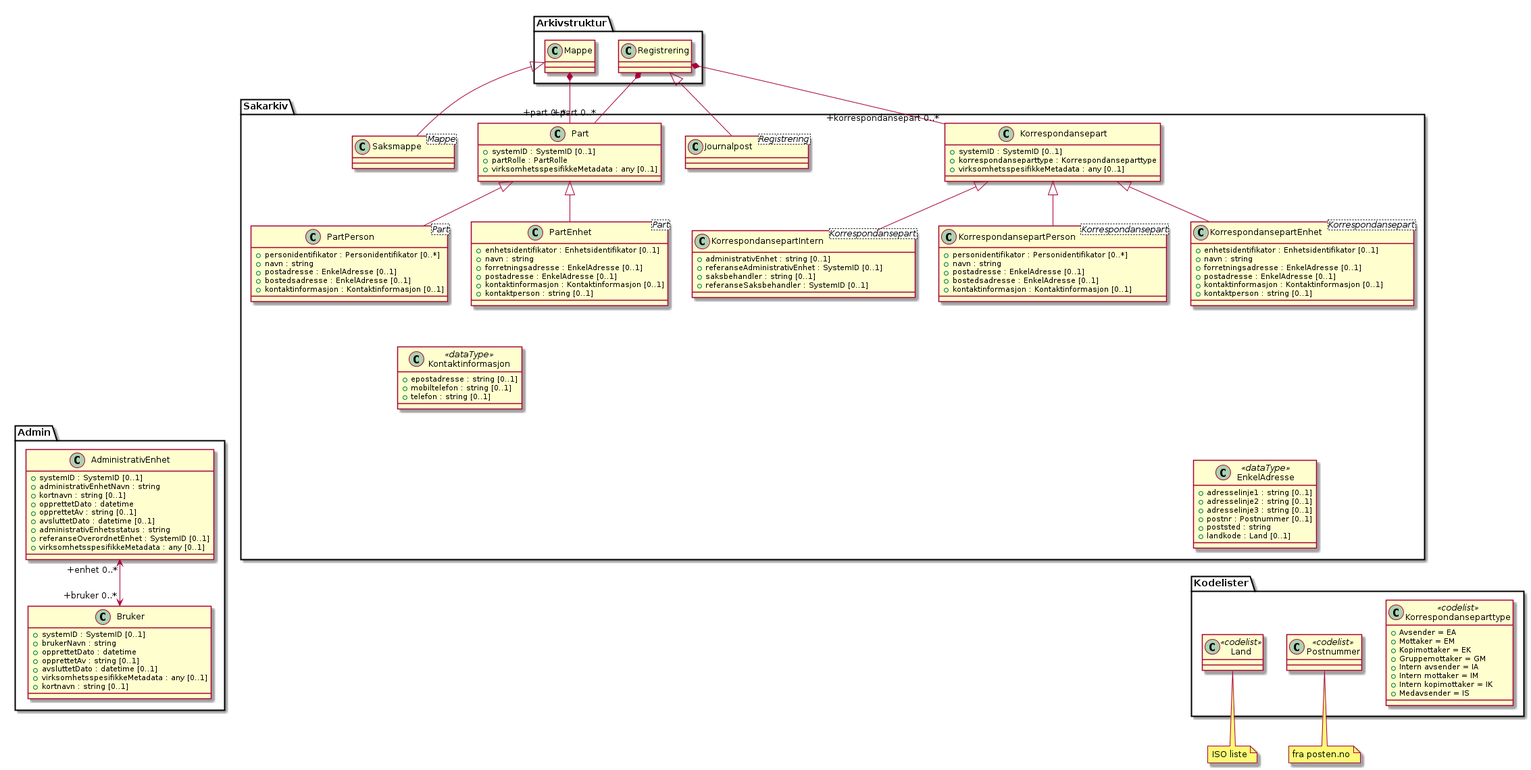
The PlantUML diagram kapitler/media/uml-klasse-person-og-organisasjonsdata.png in arkivverket/noark5-tjenestegrensesnitt-standard, before a commit.
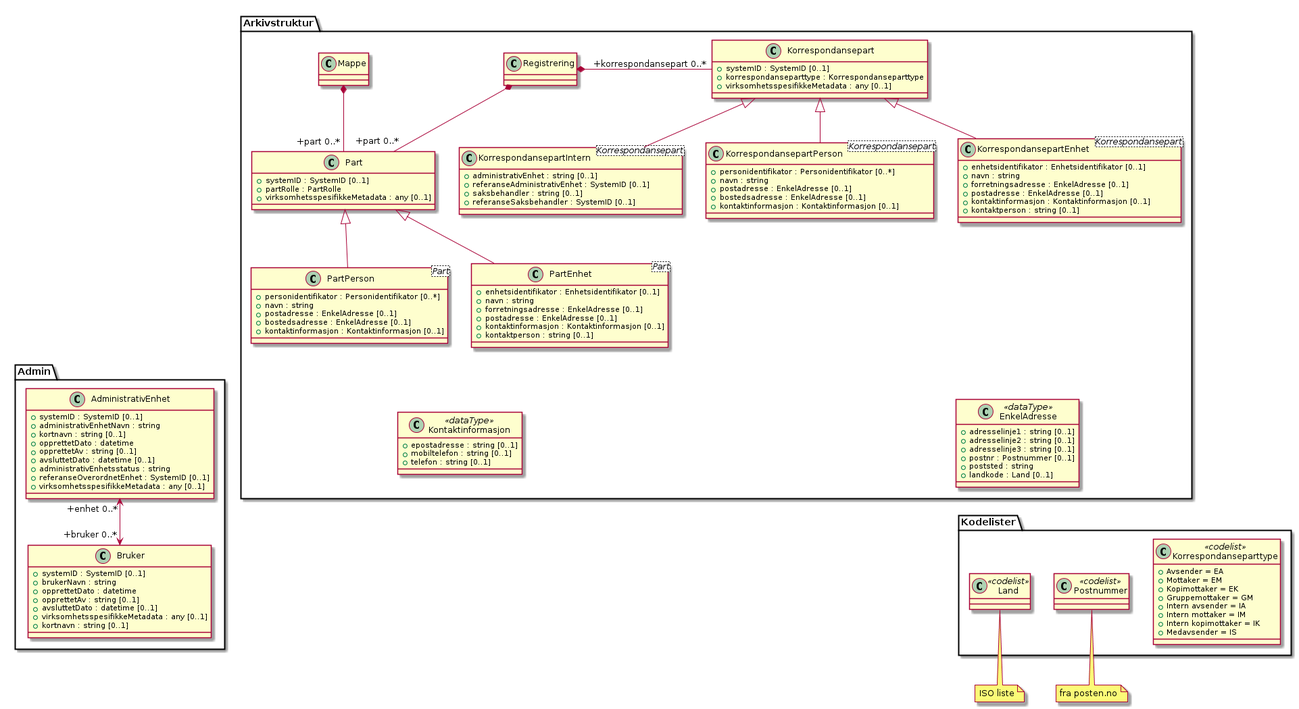
After the change.

What changed in the source:
```diff
@@ -10,25 +10,25 @@
   +Intern kopimottaker = IK
   +Medavsender = IS
 }
-class Sakarkiv.Korrespondansepart {
+class Arkivstruktur.Korrespondansepart {
   +systemID : SystemID [0..1]
   +korrespondanseparttype : Korrespondanseparttype
   +virksomhetsspesifikkeMetadata : any [0..1]
 }
-class Sakarkiv.KorrespondansepartIntern <Korrespondansepart> {
+class Arkivstruktur.KorrespondansepartIntern <Korrespondansepart> {
   +administrativEnhet : string [0..1]
   +referanseAdministrativEnhet : SystemID [0..1]
   +saksbehandler : string [0..1]
   +referanseSaksbehandler : SystemID [0..1]
 }
-class Sakarkiv.KorrespondansepartPerson <Korrespondansepart> {
+class Arkivstruktur.KorrespondansepartPerson <Korrespondansepart> {
   +personidentifikator : Personidentifikator [0..*]
   +navn : string
   +postadresse : EnkelAdresse [0..1]
   +bostedsadresse : EnkelAdresse [0..1]
   +kontaktinformasjon : Kontaktinformasjon [0..1]
 }
-class Sakarkiv.KorrespondansepartEnhet <Korrespondansepart> {
+class Arkivstruktur.KorrespondansepartEnhet <Korrespondansepart> {
   +enhetsidentifikator : Enhetsidentifikator [0..1]
   +navn : string
   +forretningsadresse : EnkelAdresse [0..1]
@@ -37,20 +37,20 @@
   +kontaktperson : string [0..1]
 }
 
-Arkivstruktur.Registrering *- "+korrespondansepart 0..*" Sakarkiv.Korrespondansepart
-Arkivstruktur.Registrering *-- "+part 0..*" Sakarkiv.Part
-Sakarkiv.Korrespondansepart <-[hidden]- Kodelister.Korrespondanseparttype
-Sakarkiv.Korrespondansepart <|-- Sakarkiv.KorrespondansepartPerson
-Sakarkiv.Korrespondansepart <|-- Sakarkiv.KorrespondansepartEnhet
-Sakarkiv.Korrespondansepart <|-- Sakarkiv.KorrespondansepartIntern
+Arkivstruktur.Registrering *- "+korrespondansepart 0..*" Arkivstruktur.Korrespondansepart
+Arkivstruktur.Registrering *-- "+part 0..*" Arkivstruktur.Part
+Arkivstruktur.Korrespondansepart <-[hidden]- Kodelister.Korrespondanseparttype
+Arkivstruktur.Korrespondansepart <|-- Arkivstruktur.KorrespondansepartPerson
+Arkivstruktur.Korrespondansepart <|-- Arkivstruktur.KorrespondansepartEnhet
+Arkivstruktur.Korrespondansepart <|-- Arkivstruktur.KorrespondansepartIntern
 
 note "ISO liste" as isoliste
 note "fra posten.no" as fraposten
 class Kodelister.Land <<codelist>>
 class Kodelister.Postnummer <<codelist>>
-Sakarkiv.EnkelAdresse <-[hidden]- Kodelister.Land
+Arkivstruktur.EnkelAdresse <-[hidden]- Kodelister.Land
 Kodelister.Land .. isoliste
-Sakarkiv.EnkelAdresse <-[hidden]- Kodelister.Postnummer
+Arkivstruktur.EnkelAdresse <-[hidden]- Kodelister.Postnummer
 Kodelister.Postnummer .. fraposten
 
 class Admin.AdministrativEnhet {
@@ -74,10 +74,10 @@
   +kortnavn : string [0..1]
 }
 
-Sakarkiv.KorrespondansepartIntern <-[hidden]-- Admin.AdministrativEnhet
+Arkivstruktur.KorrespondansepartIntern <-[hidden]-- Admin.AdministrativEnhet
 Admin.AdministrativEnhet "+enhet 0..*" <--> "+bruker 0..*" Admin.Bruker
 
-class Sakarkiv.EnkelAdresse <<dataType>> {
+class Arkivstruktur.EnkelAdresse <<dataType>> {
   +adresselinje1 : string [0..1]
   +adresselinje2 : string [0..1]
   +adresselinje3 : string [0..1]
@@ -86,27 +86,27 @@
   +landkode : Land [0..1]
 }
 
-Sakarkiv.KorrespondansepartPerson <-[hidden]-- Sakarkiv.EnkelAdresse
-Sakarkiv.KorrespondansepartEnhet <-[hidden]-- Sakarkiv.EnkelAdresse
+Arkivstruktur.KorrespondansepartPerson <-[hidden]-- Arkivstruktur.EnkelAdresse
+Arkivstruktur.KorrespondansepartEnhet <-[hidden]-- Arkivstruktur.EnkelAdresse
 
-class Sakarkiv.Kontaktinformasjon <<dataType>> {
+class Arkivstruktur.Kontaktinformasjon <<dataType>> {
   +epostadresse : string [0..1]
   +mobiltelefon : string [0..1]
   +telefon : string [0..1]
 }
-class Sakarkiv.Part {
+class Arkivstruktur.Part {
   +systemID : SystemID [0..1]
   +partRolle : PartRolle
   +virksomhetsspesifikkeMetadata : any [0..1]
 }
-class Sakarkiv.PartPerson <Part> {
+class Arkivstruktur.PartPerson <Part> {
   +personidentifikator : Personidentifikator [0..*]
   +navn : string
   +postadresse : EnkelAdresse [0..1]
   +bostedsadresse : EnkelAdresse [0..1]
   +kontaktinformasjon : Kontaktinformasjon [0..1]
 }
-class Sakarkiv.PartEnhet <Part> {
+class Arkivstruktur.PartEnhet <Part> {
   +enhetsidentifikator : Enhetsidentifikator [0..1]
   +navn : string
   +forretningsadresse : EnkelAdresse [0..1]
@@ -115,15 +115,10 @@
   +kontaktperson : string [0..1]
 }
 
-class Sakarkiv.Saksmappe <Mappe>
-class Sakarkiv.Journalpost <Registrering>
-Arkivstruktur.Mappe <|-- Sakarkiv.Saksmappe
-Arkivstruktur.Registrering <|-- Sakarkiv.Journalpost
-
-Arkivstruktur.Mappe *-- "+part 0..*" Sakarkiv.Part
-Sakarkiv.Part <|-- Sakarkiv.PartPerson
-Sakarkiv.Part <|-- Sakarkiv.PartEnhet
-Sakarkiv.PartPerson <-[hidden]- Sakarkiv.Kontaktinformasjon
-Sakarkiv.PartEnhet <-[hidden]- Sakarkiv.Kontaktinformasjon
+Arkivstruktur.Mappe *-- "+part 0..*" Arkivstruktur.Part
+Arkivstruktur.Part <|-- Arkivstruktur.PartPerson
+Arkivstruktur.Part <|-- Arkivstruktur.PartEnhet
+Arkivstruktur.PartPerson <-[hidden]- Arkivstruktur.Kontaktinformasjon
+Arkivstruktur.PartEnhet <-[hidden]- Arkivstruktur.Kontaktinformasjon
 
 @enduml
```
